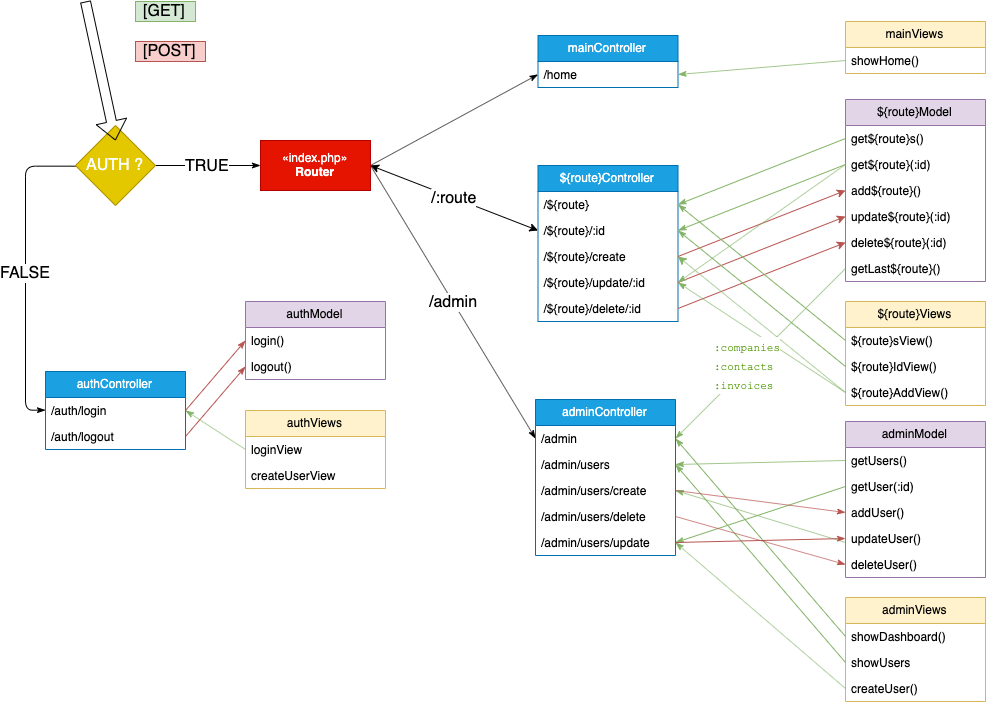
Above: infos/cogip flowchart.png in PierreKimbanziR/cogip (draw.io), before the change. Source tidied: cells renumbered, new cells last; positions are measured from the earlier drawing's top-left corner, leaving out a move shared by most shapes.
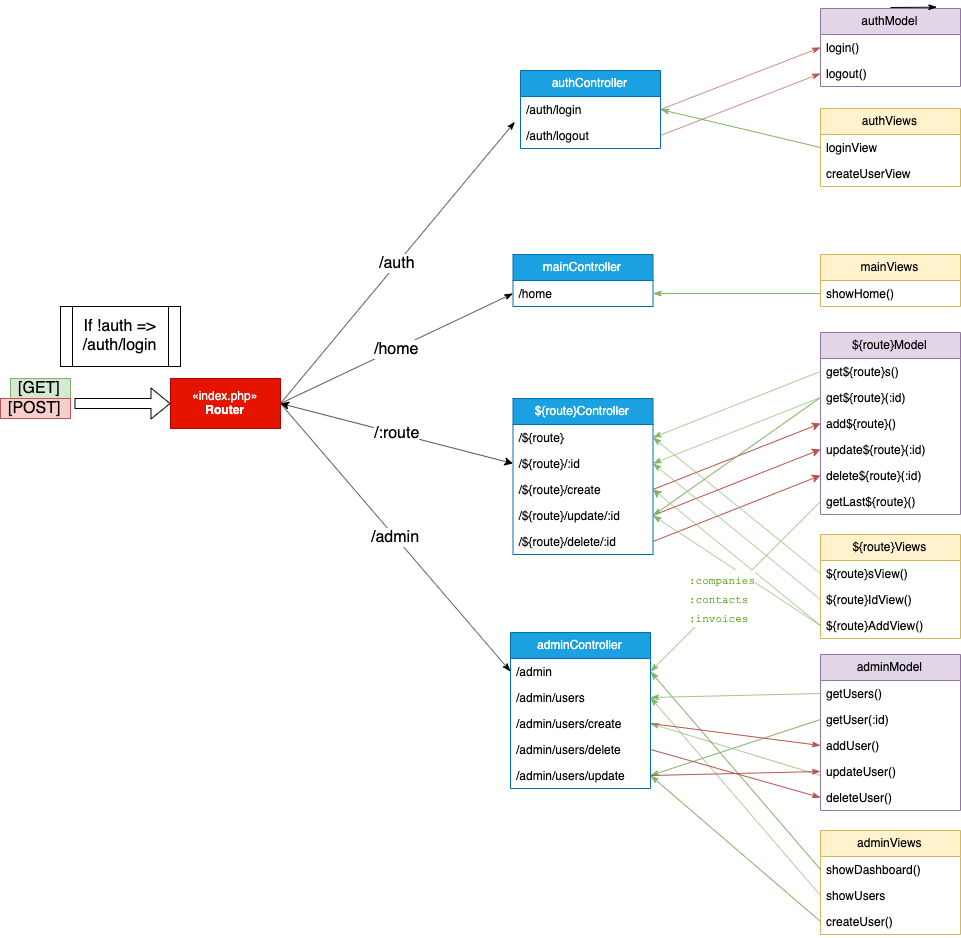
After the commit.

Diff of the diagram source:
```diff
@@ -5,17 +5,20 @@
     <mxCell id="2" value="/:route" style="edgeStyle=none;jettySize=auto;html=1;exitX=1;exitY=0.5;exitDx=0;exitDy=0;entryX=0;entryY=0.5;entryDx=0;entryDy=0;rounded=1;startArrow=classic;startFill=1;fontSize=16;" parent="1" edge="1" source="5" target="8">
       <mxGeometry relative="1" as="geometry" />
     </mxCell>
-    <mxCell id="3" style="edgeStyle=none;rounded=1;jettySize=auto;html=1;exitX=1;exitY=0.5;exitDx=0;exitDy=0;entryX=0;entryY=0.5;entryDx=0;entryDy=0;startArrow=none;startFill=0;endArrow=classicThin;endFill=1;strokeColor=#000000;strokeWidth=1;fontSize=16;" parent="1" edge="1" source="5" target="36">
+    <mxCell id="3" value="/home" style="edgeStyle=none;rounded=1;jettySize=auto;html=1;exitX=1;exitY=0.5;exitDx=0;exitDy=0;entryX=0;entryY=0.5;entryDx=0;entryDy=0;startArrow=none;startFill=0;endArrow=classicThin;endFill=1;strokeColor=#000000;strokeWidth=1;fontSize=16;" parent="1" edge="1" source="5" target="36">
       <mxGeometry relative="1" as="geometry" />
     </mxCell>
     <mxCell id="4" value="/admin" style="edgeStyle=none;rounded=1;jettySize=auto;html=1;exitX=1;exitY=0.5;exitDx=0;exitDy=0;entryX=0;entryY=0.5;entryDx=0;entryDy=0;startArrow=none;startFill=0;endArrow=classicThin;endFill=1;strokeColor=#000000;strokeWidth=1;fontSize=16;" parent="1" edge="1" source="5" target="54">
       <mxGeometry relative="1" as="geometry" />
     </mxCell>
+    <mxCell id="82" value="/auth" style="edgeStyle=none;rounded=1;jettySize=auto;html=1;exitX=1;exitY=0.5;exitDx=0;exitDy=0;entryX=-0.04;entryY=-0.026;entryDx=0;entryDy=0;entryPerimeter=0;startArrow=none;startFill=0;endArrow=classicThin;endFill=1;strokeColor=#000000;strokeWidth=1;fontSize=16;" parent="1" edge="1" source="5" target="43">
+      <mxGeometry relative="1" as="geometry" />
+    </mxCell>
     <mxCell id="5" value="«index.php»&lt;br&gt;&lt;b&gt;Router&lt;/b&gt;" style="html=1;fillColor=#e51400;strokeColor=#B20000;fontColor=#ffffff;" parent="1" vertex="1">
-      <mxGeometry x="235" y="139" width="110" height="50" as="geometry" />
+      <mxGeometry x="60" y="360" width="110" height="50" as="geometry" />
     </mxCell>
     <mxCell id="6" value="${route}Controller" style="swimlane;fontStyle=0;horizontal=1;startSize=26;fillColor=#1ba1e2;strokeColor=#006EAF;fontColor=#ffffff;" parent="1" vertex="1">
-      <mxGeometry x="512.5" y="164" width="140" height="156" as="geometry" />
+      <mxGeometry x="402.5" y="380" width="140" height="156" as="geometry" />
     </mxCell>
     <mxCell id="7" value="/${route}" style="text;strokeColor=none;fillColor=none;align=left;verticalAlign=top;spacingLeft=4;spacingRight=4;overflow=hidden;points=[[0,0.5],[1,0.5]];portConstraint=eastwest;" parent="6" vertex="1">
       <mxGeometry y="26" width="140" height="26" as="geometry" />
@@ -33,7 +36,7 @@
       <mxGeometry y="130" width="140" height="26" as="geometry" />
     </mxCell>
     <mxCell id="12" value="${route}Model" style="swimlane;fontStyle=0;horizontal=1;startSize=26;fillColor=#e1d5e7;strokeColor=#9673a6;" parent="1" vertex="1">
-      <mxGeometry x="820" y="98" width="140" height="182" as="geometry" />
+      <mxGeometry x="710" y="314" width="140" height="182" as="geometry" />
     </mxCell>
     <mxCell id="13" value="get${route}s()" style="text;strokeColor=none;fillColor=none;align=left;verticalAlign=top;spacingLeft=4;spacingRight=4;overflow=hidden;points=[[0,0.5],[1,0.5]];portConstraint=eastwest;" parent="12" vertex="1">
       <mxGeometry y="26" width="140" height="26" as="geometry" />
@@ -69,7 +72,7 @@
       <mxGeometry relative="1" as="geometry" />
     </mxCell>
     <mxCell id="24" value="${route}Views" style="swimlane;fontStyle=0;horizontal=1;startSize=26;fillColor=#fff2cc;strokeColor=#d6b656;" parent="1" vertex="1">
-      <mxGeometry x="820" y="300" width="140" height="104" as="geometry" />
+      <mxGeometry x="710" y="516" width="140" height="104" as="geometry" />
     </mxCell>
     <mxCell id="25" value="${route}sView()" style="text;strokeColor=none;fillColor=none;align=left;verticalAlign=top;spacingLeft=4;spacingRight=4;overflow=hidden;points=[[0,0.5],[1,0.5]];portConstraint=eastwest;" parent="24" vertex="1">
       <mxGeometry y="26" width="140" height="26" as="geometry" />
@@ -96,13 +99,13 @@
       <mxGeometry relative="1" as="geometry" />
     </mxCell>
     <mxCell id="33" value="[GET]" style="text;html=1;align=center;verticalAlign=middle;fillColor=#d5e8d4;strokeColor=#82b366;rounded=0;fontSize=16;" parent="1" vertex="1">
-      <mxGeometry x="110" width="60" height="20" as="geometry" />
+      <mxGeometry x="-100" y="360" width="60" height="20" as="geometry" />
     </mxCell>
     <mxCell id="34" value="[POST]" style="text;html=1;align=center;verticalAlign=middle;fillColor=#f8cecc;strokeColor=#b85450;rounded=0;fontSize=16;" parent="1" vertex="1">
-      <mxGeometry x="110" y="40" width="70" height="20" as="geometry" />
+      <mxGeometry x="-110" y="380" width="70" height="20" as="geometry" />
     </mxCell>
     <mxCell id="35" value="mainController" style="swimlane;fontStyle=0;horizontal=1;startSize=26;fillColor=#1ba1e2;strokeColor=#006EAF;fontColor=#ffffff;" parent="1" vertex="1">
-      <mxGeometry x="512.5" y="34" width="140" height="52" as="geometry" />
+      <mxGeometry x="402.5" y="236" width="140" height="52" as="geometry" />
     </mxCell>
     <mxCell id="36" value="/home" style="text;strokeColor=none;fillColor=none;align=left;verticalAlign=top;spacingLeft=4;spacingRight=4;overflow=hidden;points=[[0,0.5],[1,0.5]];portConstraint=eastwest;" parent="35" vertex="1">
       <mxGeometry y="26" width="140" height="26" as="geometry" />
@@ -111,7 +114,7 @@
       <mxGeometry x="0.36" y="-26" relative="1" as="geometry" />
     </mxCell>
     <mxCell id="38" value="mainViews" style="swimlane;fontStyle=0;horizontal=1;startSize=26;fillColor=#fff2cc;strokeColor=#d6b656;" parent="1" vertex="1">
-      <mxGeometry x="820" y="20" width="140" height="52" as="geometry" />
+      <mxGeometry x="710" y="236" width="140" height="52" as="geometry" />
     </mxCell>
     <mxCell id="39" value="showHome()" style="text;strokeColor=none;fillColor=none;align=left;verticalAlign=top;spacingLeft=4;spacingRight=4;overflow=hidden;points=[[0,0.5],[1,0.5]];portConstraint=eastwest;" parent="38" vertex="1">
       <mxGeometry y="26" width="140" height="26" as="geometry" />
@@ -120,7 +123,7 @@
       <mxGeometry relative="1" as="geometry" />
     </mxCell>
     <mxCell id="41" value="authController" style="swimlane;fontStyle=0;horizontal=1;startSize=26;fillColor=#1ba1e2;strokeColor=#006EAF;fontColor=#ffffff;" parent="1" vertex="1">
-      <mxGeometry x="20" y="370" width="140" height="78" as="geometry" />
+      <mxGeometry x="410" y="52" width="140" height="78" as="geometry" />
     </mxCell>
     <mxCell id="42" value="/auth/login" style="text;strokeColor=none;fillColor=none;align=left;verticalAlign=top;spacingLeft=4;spacingRight=4;overflow=hidden;points=[[0,0.5],[1,0.5]];portConstraint=eastwest;" parent="41" vertex="1">
       <mxGeometry y="26" width="140" height="26" as="geometry" />
@@ -129,7 +132,7 @@
       <mxGeometry y="52" width="140" height="26" as="geometry" />
     </mxCell>
     <mxCell id="44" value="authViews" style="swimlane;fontStyle=0;horizontal=1;startSize=26;fillColor=#fff2cc;strokeColor=#d6b656;" parent="1" vertex="1">
-      <mxGeometry x="220" y="409" width="140" height="78" as="geometry" />
+      <mxGeometry x="710" y="90" width="140" height="78" as="geometry" />
     </mxCell>
     <mxCell id="45" value="loginView" style="text;strokeColor=none;fillColor=none;align=left;verticalAlign=top;spacingLeft=4;spacingRight=4;overflow=hidden;points=[[0,0.5],[1,0.5]];portConstraint=eastwest;" parent="44" vertex="1">
       <mxGeometry y="26" width="140" height="26" as="geometry" />
@@ -141,7 +144,7 @@
       <mxGeometry relative="1" as="geometry" />
     </mxCell>
     <mxCell id="48" value="authModel" style="swimlane;fontStyle=0;horizontal=1;startSize=26;fillColor=#e1d5e7;strokeColor=#9673a6;" parent="1" vertex="1">
-      <mxGeometry x="220" y="300" width="140" height="78" as="geometry" />
+      <mxGeometry x="710" y="-10" width="140" height="78" as="geometry" />
     </mxCell>
     <mxCell id="49" value="login()" style="text;strokeColor=none;fillColor=none;align=left;verticalAlign=top;spacingLeft=4;spacingRight=4;overflow=hidden;points=[[0,0.5],[1,0.5]];portConstraint=eastwest;" parent="48" vertex="1">
       <mxGeometry y="26" width="140" height="26" as="geometry" />
@@ -156,7 +159,7 @@
       <mxGeometry relative="1" as="geometry" />
     </mxCell>
     <mxCell id="53" value="adminController" style="swimlane;fontStyle=0;horizontal=1;startSize=26;fillColor=#1ba1e2;strokeColor=#006EAF;fontColor=#ffffff;" parent="1" vertex="1">
-      <mxGeometry x="510" y="398" width="140" height="156" as="geometry" />
+      <mxGeometry x="400" y="614" width="140" height="156" as="geometry" />
     </mxCell>
     <mxCell id="54" value="/admin" style="text;strokeColor=none;fillColor=none;align=left;verticalAlign=top;spacingLeft=4;spacingRight=4;overflow=hidden;points=[[0,0.5],[1,0.5]];portConstraint=eastwest;" parent="53" vertex="1">
       <mxGeometry y="26" width="140" height="26" as="geometry" />
@@ -174,7 +177,7 @@
       <mxGeometry y="130" width="140" height="26" as="geometry" />
     </mxCell>
     <mxCell id="59" value="adminViews" style="swimlane;fontStyle=0;horizontal=1;startSize=26;fillColor=#fff2cc;strokeColor=#d6b656;" parent="1" vertex="1">
-      <mxGeometry x="820" y="596" width="140" height="104" as="geometry" />
+      <mxGeometry x="710" y="812" width="140" height="104" as="geometry" />
     </mxCell>
     <mxCell id="60" value="showDashboard()" style="text;strokeColor=none;fillColor=none;align=left;verticalAlign=top;spacingLeft=4;spacingRight=4;overflow=hidden;points=[[0,0.5],[1,0.5]];portConstraint=eastwest;" parent="59" vertex="1">
       <mxGeometry y="26" width="140" height="26" as="geometry" />
@@ -193,14 +196,14 @@
     </mxCell>
     <mxCell id="65" style="edgeStyle=none;rounded=1;jettySize=auto;html=1;entryX=1;entryY=0.5;entryDx=0;entryDy=0;startArrow=none;startFill=0;endArrow=classicThin;endFill=1;strokeColor=#82b366;strokeWidth=1;fontSize=16;fillColor=#d5e8d4;" parent="1" edge="1" target="56">
       <mxGeometry relative="1" as="geometry">
-        <mxPoint x="820" y="541" as="sourcePoint" />
+        <mxPoint x="710" y="757" as="sourcePoint" />
       </mxGeometry>
     </mxCell>
     <mxCell id="66" style="edgeStyle=none;rounded=1;jettySize=auto;html=1;exitX=0;exitY=0.5;exitDx=0;exitDy=0;entryX=1;entryY=0.5;entryDx=0;entryDy=0;startArrow=none;startFill=0;endArrow=classicThin;endFill=1;strokeColor=#82b366;strokeWidth=1;fontSize=16;fillColor=#d5e8d4;" parent="1" edge="1" source="62" target="58">
       <mxGeometry relative="1" as="geometry" />
     </mxCell>
     <mxCell id="67" value="adminModel" style="swimlane;fontStyle=0;horizontal=1;startSize=26;fillColor=#e1d5e7;strokeColor=#9673a6;" parent="1" vertex="1">
-      <mxGeometry x="820" y="420" width="140" height="156" as="geometry" />
+      <mxGeometry x="710" y="636" width="140" height="156" as="geometry" />
     </mxCell>
     <mxCell id="68" value="getUsers()" style="text;strokeColor=none;fillColor=none;align=left;verticalAlign=top;spacingLeft=4;spacingRight=4;overflow=hidden;points=[[0,0.5],[1,0.5]];portConstraint=eastwest;" parent="67" vertex="1">
       <mxGeometry y="26" width="140" height="26" as="geometry" />
@@ -232,24 +235,24 @@
     <mxCell id="77" style="edgeStyle=none;rounded=1;jettySize=auto;html=1;exitX=1;exitY=0.5;exitDx=0;exitDy=0;entryX=0;entryY=0.5;entryDx=0;entryDy=0;startArrow=none;startFill=0;endArrow=classicThin;endFill=1;strokeColor=#b85450;strokeWidth=1;fontSize=16;fillColor=#f8cecc;" parent="1" edge="1" source="58" target="71">
       <mxGeometry relative="1" as="geometry" />
     </mxCell>
-    <mxCell id="78" value="TRUE" style="edgeStyle=none;rounded=1;jettySize=auto;html=1;exitX=1;exitY=0.5;exitDx=0;exitDy=0;entryX=0;entryY=0.5;entryDx=0;entryDy=0;startArrow=none;startFill=0;endArrow=classicThin;endFill=1;strokeColor=#000000;strokeWidth=1;fontSize=16;" parent="1" edge="1" source="80" target="5">
-      <mxGeometry relative="1" as="geometry" />
-    </mxCell>
-    <mxCell id="79" value="FALSE" style="edgeStyle=elbowEdgeStyle;rounded=1;jettySize=auto;html=1;exitX=0;exitY=0.5;exitDx=0;exitDy=0;entryX=0;entryY=0.5;entryDx=0;entryDy=0;startArrow=none;startFill=0;endArrow=classicThin;endFill=1;strokeColor=#000000;strokeWidth=1;fontSize=16;elbow=vertical;" parent="1" edge="1" source="80" target="42">
-      <mxGeometry relative="1" as="geometry">
-        <Array as="points">
-          <mxPoint y="300" />
-        </Array>
-      </mxGeometry>
-    </mxCell>
-    <mxCell id="80" value="AUTH ?" style="rhombus;whiteSpace=wrap;html=1;fontSize=16;fillColor=#e3c800;strokeColor=#B09500;fontColor=#ffffff;" parent="1" vertex="1">
-      <mxGeometry x="50" y="124" width="80" height="80" as="geometry" />
-    </mxCell>
-    <mxCell id="81" style="shape=flexArrow;endArrow=classic;html=1;strokeColor=#000000;strokeWidth=1;fontSize=16;" parent="1" edge="1">
-      <mxGeometry relative="1" as="geometry">
-        <mxPoint x="60" as="sourcePoint" />
-        <mxPoint x="90" y="139" as="targetPoint" />
-      </mxGeometry>
-    </mxCell>
+    <mxCell id="83" style="edgeStyle=none;rounded=1;jettySize=auto;html=1;entryX=0.831;entryY=-0.017;entryDx=0;entryDy=0;entryPerimeter=0;startArrow=none;startFill=0;endArrow=classicThin;endFill=1;strokeColor=#000000;strokeWidth=1;fontSize=16;" parent="1" edge="1" target="48">
+      <mxGeometry relative="1" as="geometry">
+        <mxPoint x="780" y="-11" as="sourcePoint" />
+      </mxGeometry>
+    </mxCell>
+    <mxCell id="84" style="edgeStyle=none;rounded=1;orthogonalLoop=1;jettySize=auto;html=1;entryX=0;entryY=0.5;entryDx=0;entryDy=0;entryPerimeter=0;startArrow=none;startFill=0;endArrow=classicThin;endFill=1;strokeColor=#000000;strokeWidth=1;fontSize=16;" parent="1" edge="1">
+      <mxGeometry relative="1" as="geometry">
+        <mxPoint x="-100" y="378" as="sourcePoint" />
+        <mxPoint x="-100" y="378" as="targetPoint" />
+      </mxGeometry>
+    </mxCell>
+    <mxCell id="85" style="shape=flexArrow;endArrow=classic;html=1;strokeColor=#000000;strokeWidth=1;fontSize=16;entryX=0;entryY=0.5;entryDx=0;entryDy=0;" parent="1" edge="1" target="5">
+      <mxGeometry relative="1" as="geometry">
+        <mxPoint x="-36" y="385" as="sourcePoint" />
+      </mxGeometry>
+    </mxCell>
+    <mxCell id="86" value="If !auth =&amp;gt; /auth/login" style="shape=process;whiteSpace=wrap;html=1;backgroundOutline=1;fontSize=16;" parent="1" vertex="1">
+      <mxGeometry x="-50" y="288" width="120" height="60" as="geometry" />
+    </mxCell>
   </root>
 </mxGraphModel>
```
